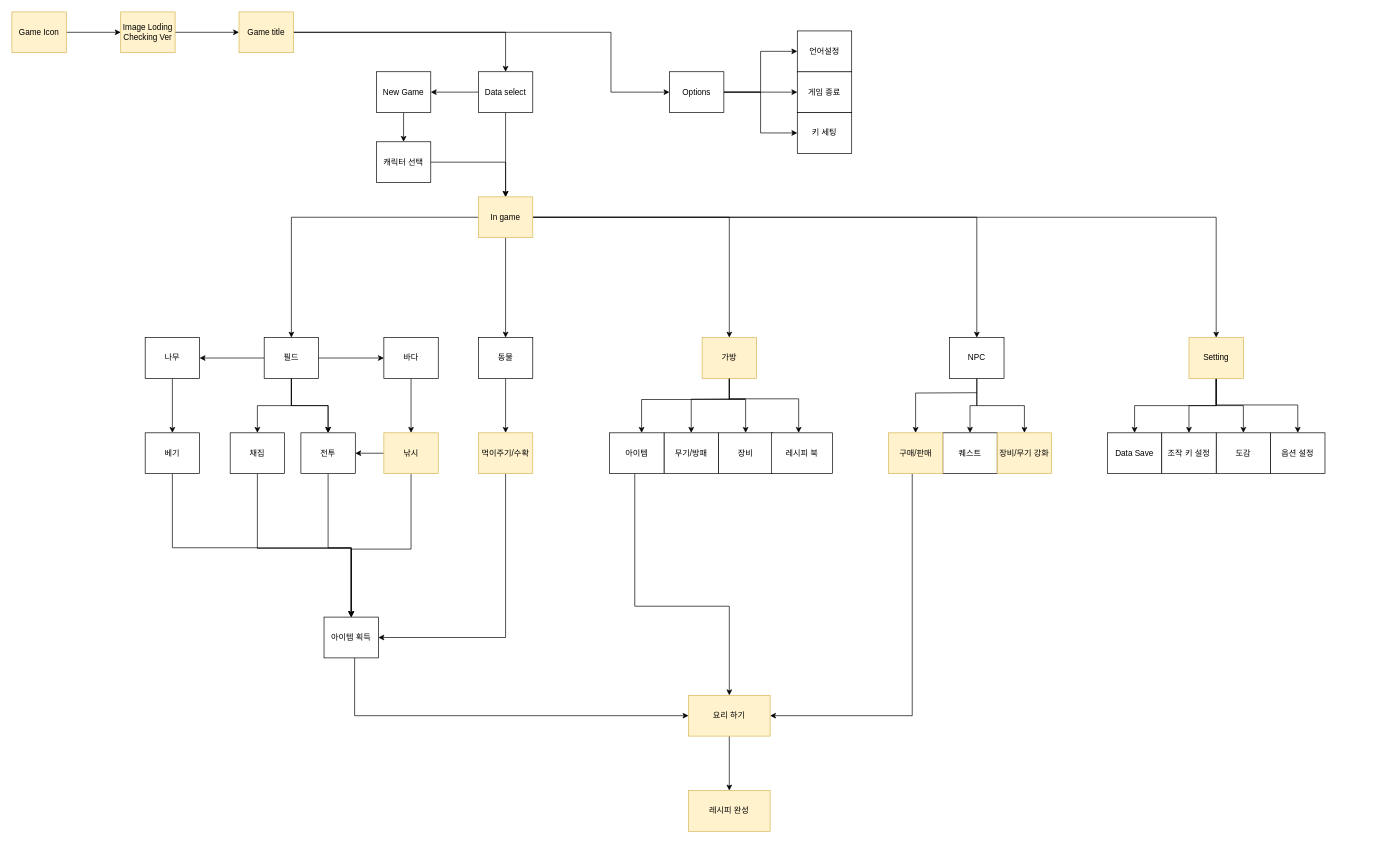
Earlier version of the draw.io diagram ui03.drawio (yerinHanHH/porthajime). Source tidied: cells renumbered, new cells numbered last; positions are measured from the earlier drawing's top-left corner, leaving out a move shared by most shapes. Both pictures are drawn from the tidied source at 68%, with x=0, y=0 at pixel (12, 12).
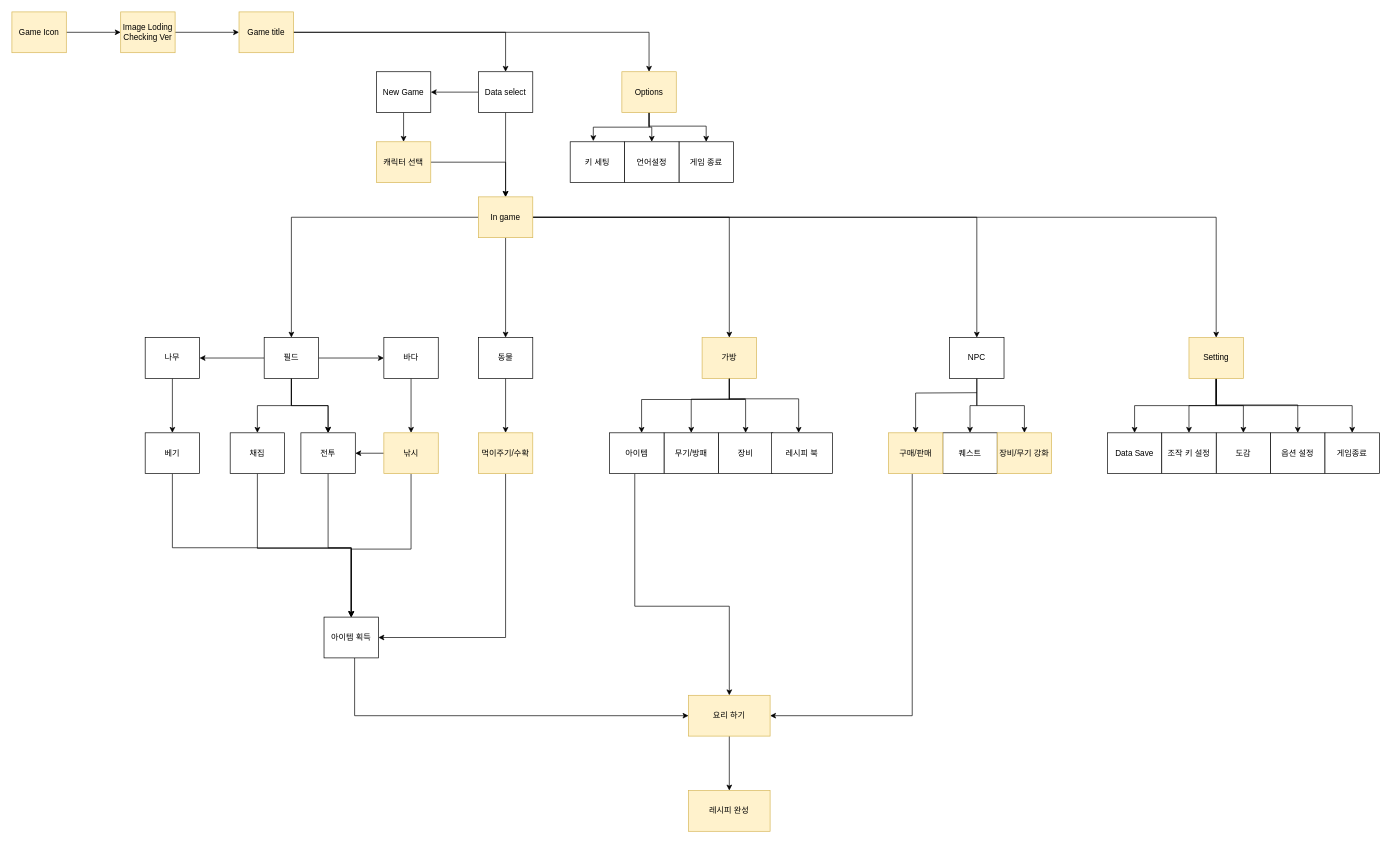
The same page after the edit.

The change refers to these unchanged cells:
```xml
<mxCell id="8" value="Game title" style="rounded=0;whiteSpace=wrap;html=1;fillColor=#fff2cc;strokeColor=#d6b656;" parent="1" vertex="1">
  <mxGeometry x="334" width="80" height="60" as="geometry" />
</mxCell>
<mxCell id="80" value="Setting&lt;br&gt;" style="rounded=0;whiteSpace=wrap;html=1;fillColor=#fff2cc;strokeColor=#d6b656;" parent="1" vertex="1">
  <mxGeometry x="1731" y="479" width="80" height="60" as="geometry" />
</mxCell>
```

Diff of the diagram source:
```diff
@@
-    <mxCell id="7" style="edgeStyle=orthogonalEdgeStyle;rounded=0;jettySize=auto;html=1;entryX=0;entryY=0.5;entryDx=0;entryDy=0;" parent="1" edge="1" source="8" target="21">
-      <mxGeometry relative="1" as="geometry">
-        <Array as="points">
-          <mxPoint x="881" y="30" />
-          <mxPoint x="881" y="118" />
-        </Array>
-      </mxGeometry>
+    <mxCell id="7" style="edgeStyle=orthogonalEdgeStyle;rounded=0;jettySize=auto;html=1;entryX=0.5;entryY=0;entryDx=0;entryDy=0;" parent="1" edge="1" source="8" target="21">
+      <mxGeometry relative="1" as="geometry" />
     </mxCell>
@@
-    <mxCell id="18" style="edgeStyle=orthogonalEdgeStyle;rounded=0;jettySize=auto;html=1;entryX=0;entryY=0.5;entryDx=0;entryDy=0;" parent="1" edge="1" source="21" target="23">
-      <mxGeometry relative="1" as="geometry" />
-    </mxCell>
-    <mxCell id="19" style="edgeStyle=orthogonalEdgeStyle;rounded=0;jettySize=auto;html=1;entryX=0;entryY=0.5;entryDx=0;entryDy=0;" parent="1" edge="1" source="21" target="66">
+    <mxCell id="19" style="edgeStyle=orthogonalEdgeStyle;rounded=0;jettySize=auto;html=1;entryX=0.5;entryY=0;entryDx=0;entryDy=0;" parent="1" edge="1" source="21" target="66">
       <mxGeometry relative="1" as="geometry" />
     </mxCell>
-    <mxCell id="20" style="edgeStyle=orthogonalEdgeStyle;rounded=0;jettySize=auto;html=1;entryX=0;entryY=0.5;entryDx=0;entryDy=0;" parent="1" edge="1" source="21" target="24">
+    <mxCell id="20" style="edgeStyle=orthogonalEdgeStyle;rounded=0;jettySize=auto;html=1;entryX=0.425;entryY=-0.017;entryDx=0;entryDy=0;entryPerimeter=0;" parent="1" edge="1" source="21" target="24">
       <mxGeometry relative="1" as="geometry" />
     </mxCell>
+    <mxCell id="18" style="edgeStyle=orthogonalEdgeStyle;rounded=0;jettySize=auto;html=1;" parent="1" edge="1" source="21" target="23">
+      <mxGeometry relative="1" as="geometry">
+        <Array as="points">
+          <mxPoint x="937" y="168" />
+          <mxPoint x="1021" y="168" />
+        </Array>
+      </mxGeometry>
+    </mxCell>
-    <mxCell id="21" value="Options" style="rounded=0;whiteSpace=wrap;html=1;" parent="1" vertex="1">
-      <mxGeometry x="967" y="88" width="80" height="60" as="geometry" />
+    <mxCell id="21" value="Options" style="rounded=0;whiteSpace=wrap;html=1;fillColor=#fff2cc;strokeColor=#d6b656;" parent="1" vertex="1">
+      <mxGeometry x="897" y="88" width="80" height="60" as="geometry" />
     </mxCell>
@@
     <mxCell id="23" value="게임 종료" style="rounded=0;whiteSpace=wrap;html=1;" parent="1" vertex="1">
-      <mxGeometry x="1155" y="88" width="80" height="60" as="geometry" />
+      <mxGeometry x="981" y="191" width="80" height="60" as="geometry" />
     </mxCell>
     <mxCell id="24" value="키 세팅" style="rounded=0;whiteSpace=wrap;html=1;" parent="1" vertex="1">
-      <mxGeometry x="1155" y="148" width="80" height="60" as="geometry" />
+      <mxGeometry x="821" y="191" width="80" height="60" as="geometry" />
     </mxCell>
@@
     <mxCell id="66" value="언어설정" style="rounded=0;whiteSpace=wrap;html=1;" parent="1" vertex="1">
-      <mxGeometry x="1155" y="28" width="80" height="60" as="geometry" />
+      <mxGeometry x="901" y="191" width="80" height="60" as="geometry" />
     </mxCell>
@@
-    <mxCell id="74" value="캐릭터 선택" style="rounded=0;whiteSpace=wrap;html=1;" parent="1" vertex="1">
+    <mxCell id="74" value="캐릭터 선택" style="rounded=0;whiteSpace=wrap;html=1;fillColor=#fff2cc;strokeColor=#d6b656;" parent="1" vertex="1">
       <mxGeometry x="536" y="191" width="80" height="60" as="geometry" />
     </mxCell>
@@
+    <mxCell id="84" style="edgeStyle=orthogonalEdgeStyle;rounded=0;jettySize=auto;html=1;" parent="1" edge="1" source="80" target="85">
+      <mxGeometry relative="1" as="geometry">
+        <Array as="points">
+          <mxPoint x="1771" y="579" />
+          <mxPoint x="1971" y="579" />
+        </Array>
+      </mxGeometry>
+    </mxCell>
@@
+    <mxCell id="85" value="게임종료&lt;br&gt;" style="rounded=0;whiteSpace=wrap;html=1;" parent="1" vertex="1">
+      <mxGeometry x="1931" y="619" width="80" height="60" as="geometry" />
+    </mxCell>
```
